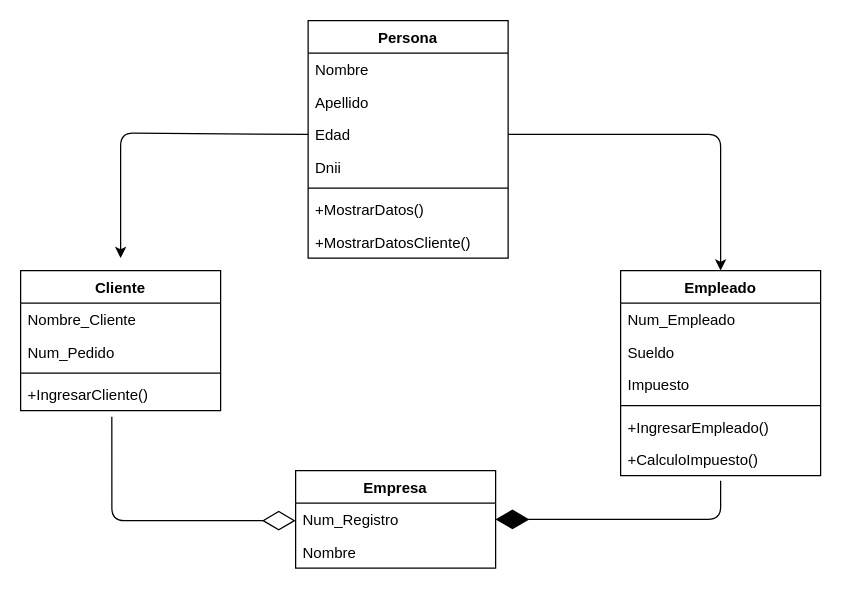
The draw.io diagram .vs/EjercicioDeModelado/EjercicioX.drawio in DiazMan27/LeandroDiazDS, before the edit. Source tidied: cells renumbered, new cells numbered last; positions are measured from the earlier drawing's top-left corner, leaving out a move shared by most shapes. Both pictures are drawn from the tidied source at 125%, with x=0, y=0 at pixel (20, 20).
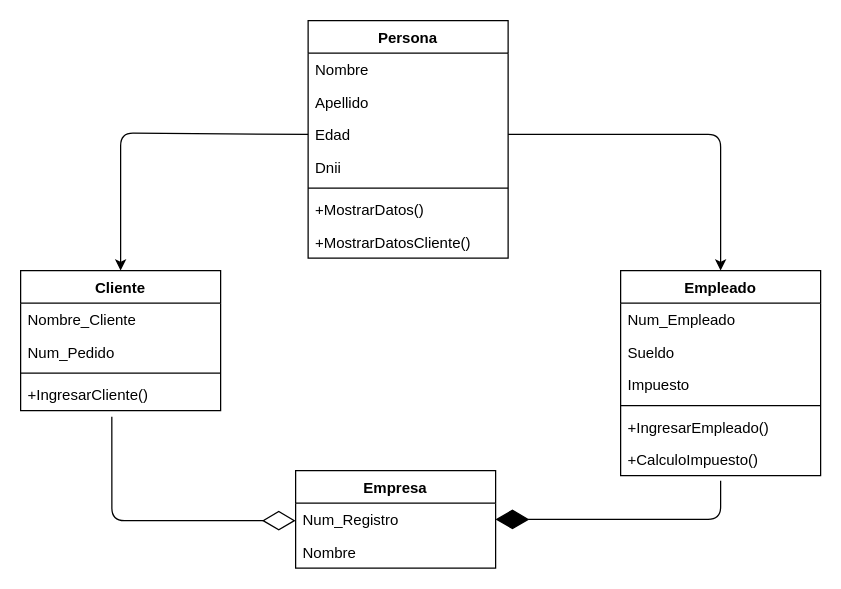
The same diagram, later.

The change refers to these unchanged cells:
```xml
<mxCell id="5" value="Edad" style="text;strokeColor=none;fillColor=none;align=left;verticalAlign=top;spacingLeft=4;spacingRight=4;overflow=hidden;points=[[0,0.5],[1,0.5]];portConstraint=eastwest;" parent="2" vertex="1">
  <mxGeometry y="78" width="160" height="26" as="geometry" />
</mxCell>
<mxCell id="10" value="Cliente" style="swimlane;fontStyle=1;align=center;verticalAlign=top;horizontal=1;startSize=26;" parent="1" vertex="1">
  <mxGeometry y="200" width="160" height="112" as="geometry" />
</mxCell>
```

Diff of the diagram source:
```diff
@@
-    <mxCell id="27" style="edgeStyle=none;html=1;exitX=0;exitY=0.5;exitDx=0;exitDy=0;" parent="1" edge="1" source="5">
+    <mxCell id="27" style="edgeStyle=none;html=1;exitX=0;exitY=0.5;exitDx=0;exitDy=0;entryX=0.5;entryY=0;entryDx=0;entryDy=0;" parent="1" edge="1" source="5" target="10">
       <mxGeometry relative="1" as="geometry">
-        <mxPoint x="80" y="190" as="targetPoint" />
         <Array as="points">
           <mxPoint x="80" y="90" />
         </Array>
       </mxGeometry>
     </mxCell>
```
